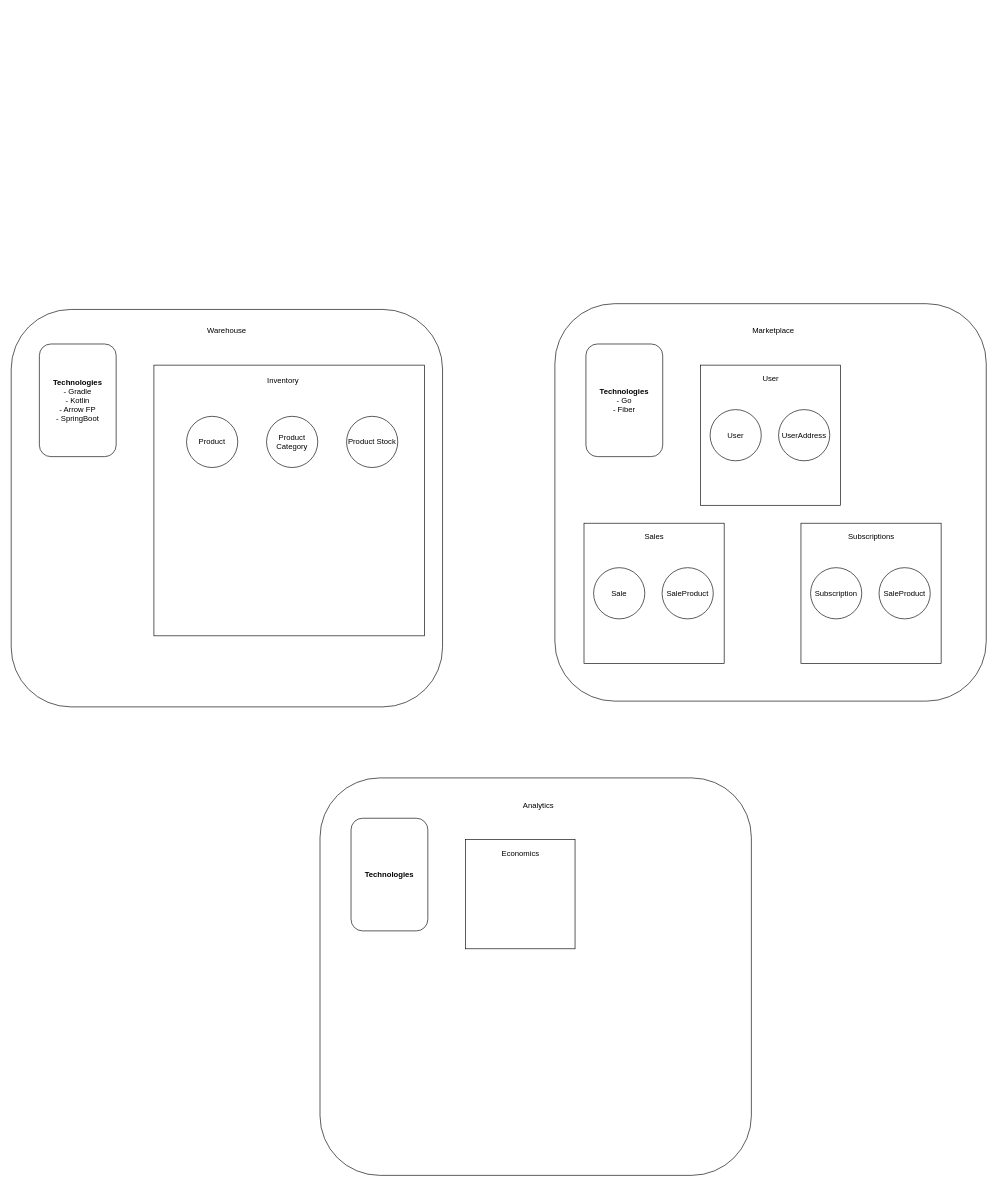
Before: Diagrama sin título.drawio in Davidmnj91/ecommerce, a draw.io diagram. Source tidied: cells renumbered, new cells numbered last; positions are measured from the earlier drawing's top-left corner, leaving out a move shared by most shapes. Both pictures are drawn from the tidied source at 64%, with x=0, y=0 at pixel (11, 303).
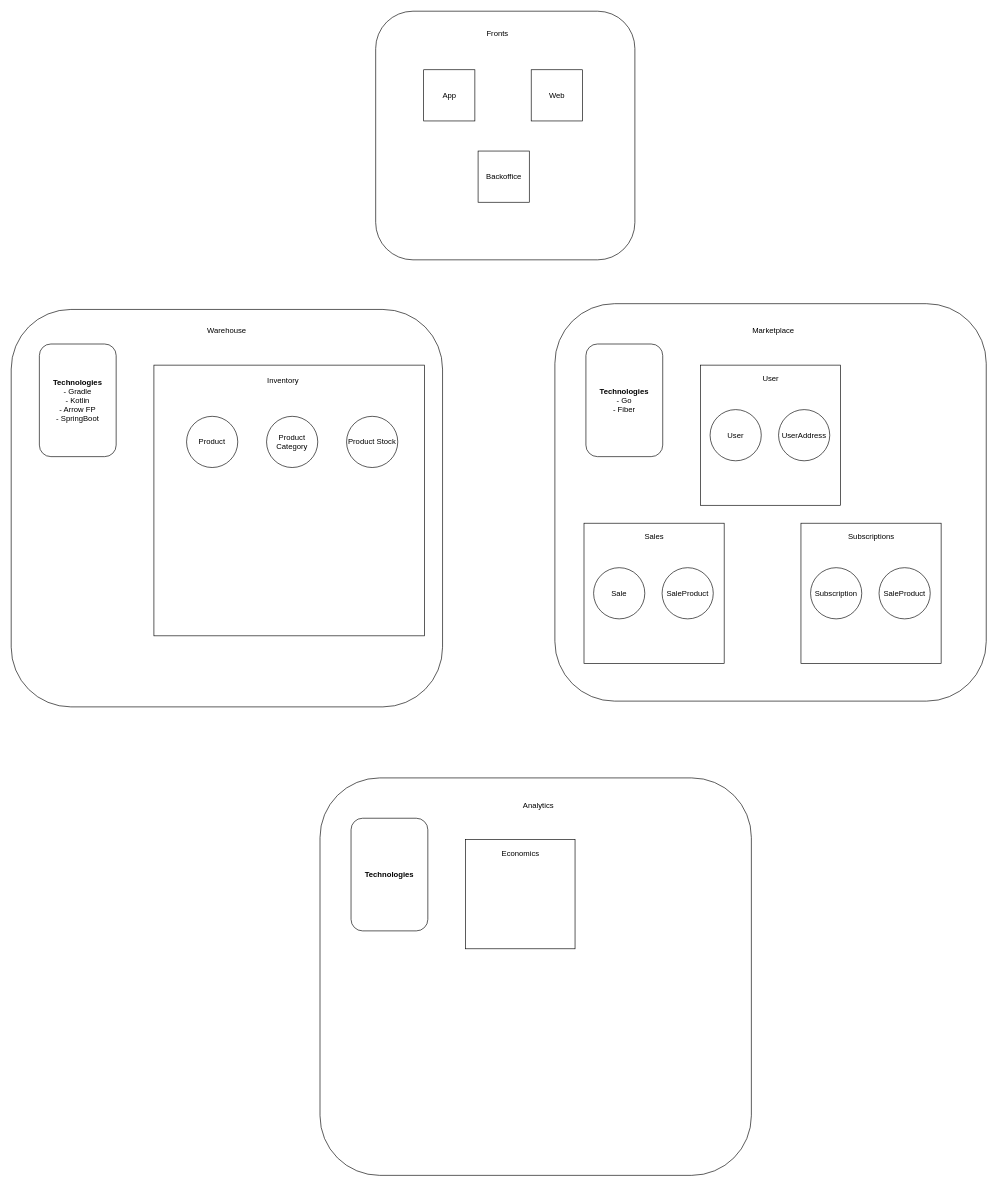
Above is the later version.

What changed in the source:
```diff
@@
+    <mxCell id="30" style="rounded=1;whiteSpace=wrap;html=1;" parent="1" vertex="1">
+      <mxGeometry x="569.5" y="-457" width="405" height="388.5" as="geometry" />
+    </mxCell>
+    <mxCell id="31" value="App" style="whiteSpace=wrap;html=1;" parent="1" vertex="1">
+      <mxGeometry x="644.5" y="-365.5" width="80" height="80" as="geometry" />
+    </mxCell>
+    <mxCell id="32" value="Fronts" style="text;html=1;strokeColor=none;fillColor=none;align=center;verticalAlign=middle;whiteSpace=wrap;rounded=0;" parent="1" vertex="1">
+      <mxGeometry x="729.5" y="-436.5" width="60" height="30" as="geometry" />
+    </mxCell>
+    <mxCell id="33" value="Web" style="whiteSpace=wrap;html=1;" parent="1" vertex="1">
+      <mxGeometry x="812.5" y="-365.5" width="80" height="80" as="geometry" />
+    </mxCell>
+    <mxCell id="34" value="Backoffice" style="whiteSpace=wrap;html=1;" parent="1" vertex="1">
+      <mxGeometry x="729.5" y="-238.5" width="80" height="80" as="geometry" />
+    </mxCell>
```
